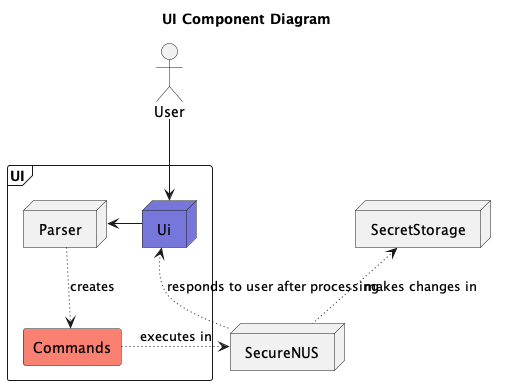
Before: docs/DGDiagramsCreator/UI-UI_Component_Diagram.png, a diagram exported from PlantUML (AY2223S2-CS2113-T15-2/tp). Source of this version:
```plantuml
@startuml
!include Style.puml
title UI Component Diagram
actor User
node SecureNUS
node SecretStorage
frame "UI" {
    node Ui UI_COLOR
    node Parser
    rectangle Commands COMMAND_COLOR
    Ui -> Parser
    Parser -[dotted]-> Commands :creates
}
Commands -[dotted]right-> SecureNUS :executes in
SecureNUS -[dotted]up-> SecretStorage :makes changes in
SecureNUS -[dotted]up-> Ui :responds to user after processing
Ui <-up- User
@enduml
```
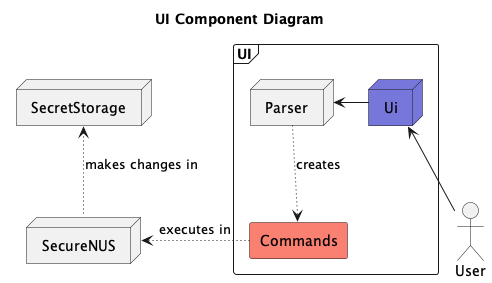
Later version of the same file.

Diff of the diagram source:
```diff
@@ -13,6 +13,5 @@
 }
 Commands -[dotted]right-> SecureNUS :executes in
 SecureNUS -[dotted]up-> SecretStorage :makes changes in
-SecureNUS -[dotted]up-> Ui :responds to user after processing
-Ui <-up- User
+Ui <-down- User
 @enduml
```
